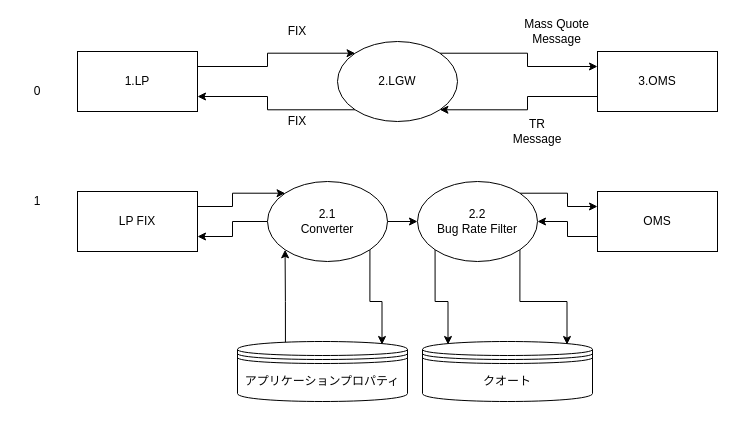
The draw.io diagram requirement.drawio in gaodi16366/test, before the edit. Source tidied: cells renumbered, new cells numbered last; positions are measured from the earlier drawing's top-left corner, leaving out a move shared by most shapes. Both pictures are drawn from the tidied source at 100%, with x=0, y=0 at pixel (17, 21).
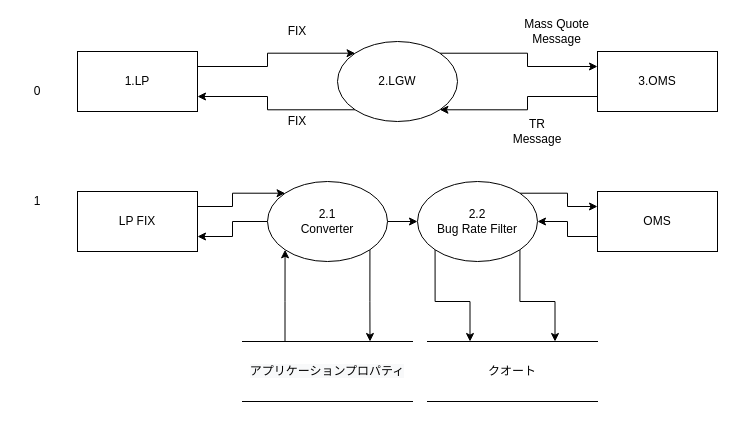
Above is the later version.

Unchanged cells that the change refers to:
```xml
<mxCell id="16" value="2.1 &lt;br&gt;Converter" style="ellipse;whiteSpace=wrap;html=1;" parent="1" vertex="1">
  <mxGeometry x="250" y="160" width="120" height="80" as="geometry" />
</mxCell>
<mxCell id="22" value="2.2&lt;br&gt;Bug Rate Filter" style="ellipse;whiteSpace=wrap;html=1;" parent="1" vertex="1">
  <mxGeometry x="400" y="160" width="120" height="80" as="geometry" />
</mxCell>
```

What changed in the source:
```diff
@@
-    <mxCell id="13" style="edgeStyle=orthogonalEdgeStyle;rounded=0;jettySize=auto;html=1;exitX=1;exitY=1;exitDx=0;exitDy=0;entryX=0.85;entryY=0.05;entryDx=0;entryDy=0;entryPerimeter=0;" parent="1" edge="1" source="16" target="18">
+    <mxCell id="13" style="edgeStyle=orthogonalEdgeStyle;rounded=0;jettySize=auto;html=1;exitX=1;exitY=1;exitDx=0;exitDy=0;entryX=0.75;entryY=0;entryDx=0;entryDy=0;" parent="1" edge="1" source="16" target="18">
       <mxGeometry relative="1" as="geometry" />
     </mxCell>
@@
-    <mxCell id="17" style="edgeStyle=orthogonalEdgeStyle;rounded=0;jettySize=auto;html=1;exitX=0.282;exitY=0.017;exitDx=0;exitDy=0;exitPerimeter=0;entryX=0;entryY=1;entryDx=0;entryDy=0;" parent="1" edge="1" source="18" target="16">
+    <mxCell id="17" style="edgeStyle=orthogonalEdgeStyle;rounded=0;jettySize=auto;html=1;exitX=0.25;exitY=0;exitDx=0;exitDy=0;entryX=0;entryY=1;entryDx=0;entryDy=0;" parent="1" edge="1" source="18" target="16">
       <mxGeometry relative="1" as="geometry" />
     </mxCell>
-    <mxCell id="18" value="アプリケーションプロパティ" style="shape=datastore;whiteSpace=wrap;html=1;" parent="1" vertex="1">
-      <mxGeometry x="220" y="320" width="170" height="60" as="geometry" />
-    </mxCell>
@@
-    <mxCell id="20" style="edgeStyle=orthogonalEdgeStyle;rounded=0;jettySize=auto;html=1;exitX=0;exitY=1;exitDx=0;exitDy=0;entryX=0.15;entryY=0.05;entryDx=0;entryDy=0;entryPerimeter=0;" parent="1" edge="1" source="22" target="25">
+    <mxCell id="20" style="edgeStyle=orthogonalEdgeStyle;rounded=0;jettySize=auto;html=1;exitX=0;exitY=1;exitDx=0;exitDy=0;entryX=0.25;entryY=0;entryDx=0;entryDy=0;" parent="1" edge="1" source="22" target="25">
       <mxGeometry relative="1" as="geometry" />
     </mxCell>
-    <mxCell id="21" style="edgeStyle=orthogonalEdgeStyle;rounded=0;jettySize=auto;html=1;exitX=1;exitY=1;exitDx=0;exitDy=0;entryX=0.85;entryY=0.05;entryDx=0;entryDy=0;entryPerimeter=0;" parent="1" edge="1" source="22" target="25">
+    <mxCell id="21" style="edgeStyle=orthogonalEdgeStyle;rounded=0;jettySize=auto;html=1;exitX=1;exitY=1;exitDx=0;exitDy=0;entryX=0.75;entryY=0;entryDx=0;entryDy=0;" parent="1" edge="1" source="22" target="25">
       <mxGeometry relative="1" as="geometry" />
     </mxCell>
@@
-    <mxCell id="25" value="クオート" style="shape=datastore;whiteSpace=wrap;html=1;" parent="1" vertex="1">
-      <mxGeometry x="405" y="320" width="170" height="60" as="geometry" />
-    </mxCell>
@@
+    <mxCell id="18" value="&#10;&#10;&lt;span style=&quot;color: rgb(0, 0, 0); font-family: helvetica; font-size: 12px; font-style: normal; font-weight: 400; letter-spacing: normal; text-align: center; text-indent: 0px; text-transform: none; word-spacing: 0px; background-color: rgb(248, 249, 250); display: inline; float: none;&quot;&gt;アプリケーションプロパティ&lt;/span&gt;&#10;&#10;" style="shape=partialRectangle;whiteSpace=wrap;html=1;left=0;right=0;fillColor=none;" parent="1" vertex="1">
+      <mxGeometry x="225" y="320" width="170" height="60" as="geometry" />
+    </mxCell>
+    <mxCell id="25" value="クオート" style="shape=partialRectangle;whiteSpace=wrap;html=1;left=0;right=0;fillColor=none;" parent="1" vertex="1">
+      <mxGeometry x="410" y="320" width="170" height="60" as="geometry" />
+    </mxCell>
```
